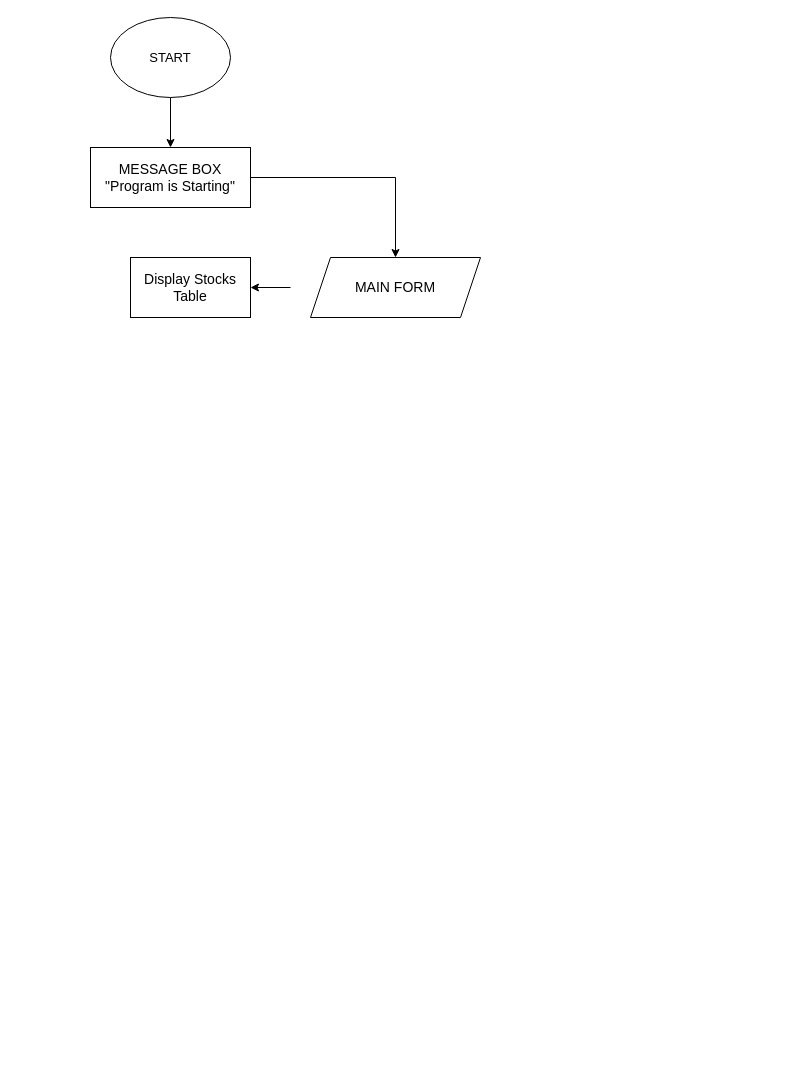
This is Untitled Diagram.drawio from Noreilyn/COMPROGFINAL, a draw.io file, before an edit. Source tidied: cells renumbered, new cells numbered last; positions are measured from the earlier drawing's top-left corner, leaving out a move shared by most shapes. Both pictures are drawn from the tidied source at 100%, with x=0, y=0 at pixel (90, 17).
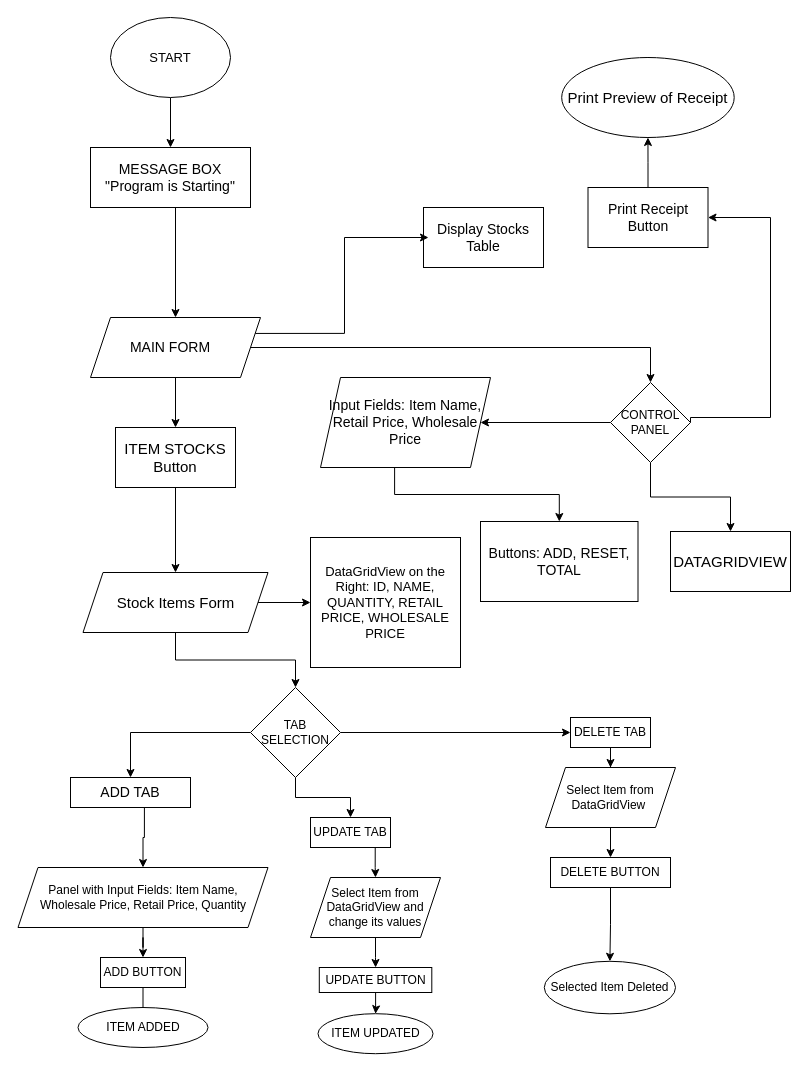
The same diagram, later.

The change refers to these unchanged cells:
```xml
<mxCell id="5" style="whiteSpace=wrap;html=1;" parent="4" vertex="1">
  <mxGeometry width="160" height="60" as="geometry" />
</mxCell>
```

Diff of the diagram source:
```diff
@@
-    <mxCell id="3" style="edgeStyle=orthogonalEdgeStyle;rounded=0;jettySize=auto;html=1;" parent="1" edge="1" source="5" target="11">
-      <mxGeometry relative="1" as="geometry" />
-    </mxCell>
@@
-    <mxCell id="10" style="group;" parent="1" vertex="1">
-      <mxGeometry x="200" y="240" width="210" height="60" as="geometry" />
-    </mxCell>
+    <mxCell id="16" style="edgeStyle=orthogonalEdgeStyle;rounded=0;jettySize=auto;html=1;exitX=0;exitY=0.5;exitDx=0;exitDy=0;entryX=1;entryY=0.5;entryDx=0;entryDy=0;" parent="1" edge="1" source="43" target="38">
+      <mxGeometry relative="1" as="geometry" />
+    </mxCell>
+    <mxCell id="17" style="edgeStyle=orthogonalEdgeStyle;rounded=0;jettySize=auto;html=1;exitX=0.436;exitY=0.994;exitDx=0;exitDy=0;exitPerimeter=0;" parent="1" edge="1" source="38" target="18">
+      <mxGeometry relative="1" as="geometry" />
+    </mxCell>
+    <mxCell id="18" value="&lt;font style=&quot;font-size: 14px;&quot;&gt;Buttons: ADD, RESET, TOTAL&lt;/font&gt;" style="whiteSpace=wrap;html=1;" parent="1" vertex="1">
+      <mxGeometry x="390" y="504" width="157.5" height="80" as="geometry" />
+    </mxCell>
+    <mxCell id="19" style="edgeStyle=orthogonalEdgeStyle;rounded=0;jettySize=auto;html=1;" parent="1" edge="1" source="20" target="21">
+      <mxGeometry relative="1" as="geometry" />
+    </mxCell>
+    <mxCell id="20" value="&lt;font style=&quot;font-size: 14px;&quot;&gt;Print Receipt Button&lt;/font&gt;" style="whiteSpace=wrap;html=1;" parent="1" vertex="1">
+      <mxGeometry x="497.5" y="170" width="120" height="60" as="geometry" />
+    </mxCell>
+    <mxCell id="21" value="&lt;font style=&quot;font-size: 15px;&quot;&gt;Print Preview of Receipt&lt;/font&gt;" style="ellipse;whiteSpace=wrap;html=1;" parent="1" vertex="1">
+      <mxGeometry x="471.2" y="40" width="172.5" height="80" as="geometry" />
+    </mxCell>
+    <mxCell id="22" style="group;" parent="1" vertex="1">
+      <mxGeometry x="333" y="190" width="120" height="60" as="geometry" />
+    </mxCell>
+    <mxCell id="13" style="whiteSpace=wrap;html=1;" parent="22" vertex="1">
+      <mxGeometry width="120" height="60" as="geometry" />
+    </mxCell>
+    <mxCell id="15" value="&lt;font style=&quot;font-size: 14px;&quot;&gt;Display Stocks Table&lt;/font&gt;" style="text;html=1;align=center;verticalAlign=middle;whiteSpace=wrap;rounded=0;" parent="22" vertex="1">
+      <mxGeometry x="5" y="15" width="110" height="30" as="geometry" />
+    </mxCell>
+    <mxCell id="23" value="&lt;font style=&quot;font-size: 15px;&quot;&gt;DATAGRIDVIEW&lt;/font&gt;" style="whiteSpace=wrap;html=1;" parent="1" vertex="1">
+      <mxGeometry x="580" y="514" width="120" height="60" as="geometry" />
+    </mxCell>
+    <mxCell id="3" style="edgeStyle=orthogonalEdgeStyle;rounded=0;jettySize=auto;html=1;entryX=0.5;entryY=0;entryDx=0;entryDy=0;exitX=0.5;exitY=1;exitDx=0;exitDy=0;" parent="1" edge="1" source="5" target="11">
+      <mxGeometry relative="1" as="geometry">
+        <Array as="points">
+          <mxPoint x="85" y="190" />
+        </Array>
+      </mxGeometry>
+    </mxCell>
+    <mxCell id="24" style="edgeStyle=orthogonalEdgeStyle;rounded=0;jettySize=auto;html=1;" parent="1" edge="1" source="25" target="28">
+      <mxGeometry relative="1" as="geometry" />
+    </mxCell>
+    <mxCell id="25" value="&lt;font style=&quot;font-size: 15px;&quot;&gt;ITEM STOCKS Button&lt;/font&gt;" style="whiteSpace=wrap;html=1;" parent="1" vertex="1">
+      <mxGeometry x="25" y="410" width="120" height="60" as="geometry" />
+    </mxCell>
+    <mxCell id="26" style="edgeStyle=orthogonalEdgeStyle;rounded=0;jettySize=auto;html=1;" parent="1" edge="1" source="28" target="29">
+      <mxGeometry relative="1" as="geometry" />
+    </mxCell>
+    <mxCell id="27" style="edgeStyle=orthogonalEdgeStyle;rounded=0;jettySize=auto;html=1;exitX=0.5;exitY=1;exitDx=0;exitDy=0;entryX=0.5;entryY=0;entryDx=0;entryDy=0;" parent="1" edge="1" source="28" target="41">
+      <mxGeometry relative="1" as="geometry" />
+    </mxCell>
+    <mxCell id="28" value="&lt;font style=&quot;font-size: 15px;&quot;&gt;Stock Items Form&lt;/font&gt;" style="shape=parallelogram;perimeter=parallelogramPerimeter;whiteSpace=wrap;html=1;fixedSize=1;" parent="1" vertex="1">
+      <mxGeometry x="-7.5" y="555" width="185" height="60" as="geometry" />
+    </mxCell>
+    <mxCell id="29" value="&lt;font style=&quot;font-size: 13px;&quot;&gt;DataGridView on the Right: ID, NAME, QUANTITY, RETAIL PRICE, WHOLESALE PRICE&lt;/font&gt;" style="whiteSpace=wrap;html=1;" parent="1" vertex="1">
+      <mxGeometry x="220" y="520" width="150" height="130" as="geometry" />
+    </mxCell>
+    <mxCell id="30" style="edgeStyle=orthogonalEdgeStyle;rounded=0;jettySize=auto;html=1;entryX=0.5;entryY=0;entryDx=0;entryDy=0;exitX=0;exitY=0.5;exitDx=0;exitDy=0;" parent="1" edge="1" source="41" target="47">
+      <mxGeometry relative="1" as="geometry">
+        <Array as="points">
+          <mxPoint x="40" y="715" />
+        </Array>
+      </mxGeometry>
+    </mxCell>
+    <mxCell id="31" style="edgeStyle=orthogonalEdgeStyle;rounded=0;jettySize=auto;html=1;entryX=1;entryY=0.5;entryDx=0;entryDy=0;exitX=1;exitY=0.5;exitDx=0;exitDy=0;" parent="1" edge="1" source="43" target="20">
+      <mxGeometry relative="1" as="geometry">
+        <Array as="points">
+          <mxPoint x="600" y="400" />
+          <mxPoint x="680" y="400" />
+          <mxPoint x="680" y="200" />
+        </Array>
+      </mxGeometry>
+    </mxCell>
+    <mxCell id="32" style="edgeStyle=orthogonalEdgeStyle;rounded=0;jettySize=auto;html=1;exitX=0.5;exitY=1;exitDx=0;exitDy=0;entryX=0.5;entryY=0;entryDx=0;entryDy=0;" parent="1" edge="1" source="11" target="25">
+      <mxGeometry relative="1" as="geometry" />
+    </mxCell>
+    <mxCell id="33" style="edgeStyle=orthogonalEdgeStyle;rounded=0;jettySize=auto;html=1;exitX=1;exitY=0.25;exitDx=0;exitDy=0;entryX=0;entryY=0.5;entryDx=0;entryDy=0;" parent="1" edge="1" source="11" target="15">
+      <mxGeometry relative="1" as="geometry" />
+    </mxCell>
-    <mxCell id="11" style="shape=parallelogram;perimeter=parallelogramPerimeter;whiteSpace=wrap;html=1;fixedSize=1;" parent="10" vertex="1">
-      <mxGeometry x="20" width="170" height="60" as="geometry" />
+    <mxCell id="11" style="shape=parallelogram;perimeter=parallelogramPerimeter;whiteSpace=wrap;html=1;fixedSize=1;" parent="1" vertex="1">
+      <mxGeometry y="300" width="170" height="60" as="geometry" />
     </mxCell>
-    <mxCell id="12" value="&lt;font style=&quot;font-size: 14px;&quot;&gt;MAIN FORM&lt;/font&gt;" style="text;html=1;align=center;verticalAlign=middle;whiteSpace=wrap;rounded=0;" parent="10" vertex="1">
-      <mxGeometry y="15" width="210" height="30" as="geometry" />
+    <mxCell id="12" value="&lt;font style=&quot;font-size: 14px;&quot;&gt;MAIN FORM&lt;/font&gt;" style="text;html=1;align=center;verticalAlign=middle;whiteSpace=wrap;rounded=0;" parent="1" vertex="1">
+      <mxGeometry x="25" y="315" width="110" height="30" as="geometry" />
     </mxCell>
-    <mxCell id="13" style="whiteSpace=wrap;html=1;" parent="1" vertex="1">
-      <mxGeometry x="40" y="240" width="120" height="60" as="geometry" />
-    </mxCell>
-    <mxCell id="14" style="edgeStyle=orthogonalEdgeStyle;rounded=0;jettySize=auto;html=1;" parent="1" edge="1" source="12" target="13">
-      <mxGeometry relative="1" as="geometry" />
-    </mxCell>
-    <mxCell id="15" value="&lt;font style=&quot;font-size: 14px;&quot;&gt;Display Stocks Table&lt;/font&gt;" style="text;html=1;align=center;verticalAlign=middle;whiteSpace=wrap;rounded=0;" parent="1" vertex="1">
-      <mxGeometry x="45" y="255" width="110" height="30" as="geometry" />
-    </mxCell>
+    <mxCell id="34" style="edgeStyle=orthogonalEdgeStyle;rounded=0;orthogonalLoop=1;jettySize=auto;html=1;exitX=0.5;exitY=1;exitDx=0;exitDy=0;" parent="1" edge="1" source="12" target="12">
+      <mxGeometry relative="1" as="geometry" />
+    </mxCell>
+    <mxCell id="35" style="edgeStyle=orthogonalEdgeStyle;rounded=0;jettySize=auto;html=1;exitX=1;exitY=0.5;exitDx=0;exitDy=0;entryX=0.5;entryY=0;entryDx=0;entryDy=0;" parent="1" edge="1" source="11" target="43">
+      <mxGeometry relative="1" as="geometry" />
+    </mxCell>
+    <mxCell id="36" style="edgeStyle=orthogonalEdgeStyle;rounded=0;jettySize=auto;html=1;" parent="1" edge="1" source="37" target="45">
+      <mxGeometry relative="1" as="geometry" />
+    </mxCell>
+    <mxCell id="37" value="Panel with Input Fields: Item Name, Wholesale Price, Retail Price, Quantity" style="shape=parallelogram;perimeter=parallelogramPerimeter;whiteSpace=wrap;html=1;fixedSize=1;" parent="1" vertex="1">
+      <mxGeometry x="-72.5" y="850" width="250" height="60" as="geometry" />
+    </mxCell>
+    <mxCell id="38" value="&lt;span style=&quot;font-size: 14px;&quot;&gt;Input Fields: Item Name, Retail Price, Wholesale Price&lt;/span&gt;" style="shape=parallelogram;perimeter=parallelogramPerimeter;whiteSpace=wrap;html=1;fixedSize=1;" parent="1" vertex="1">
+      <mxGeometry x="230" y="360" width="170" height="90" as="geometry" />
+    </mxCell>
+    <mxCell id="39" style="edgeStyle=orthogonalEdgeStyle;rounded=0;jettySize=auto;html=1;" parent="1" edge="1" source="41" target="49">
+      <mxGeometry relative="1" as="geometry" />
+    </mxCell>
+    <mxCell id="40" style="edgeStyle=orthogonalEdgeStyle;rounded=0;jettySize=auto;html=1;exitX=1;exitY=0.5;exitDx=0;exitDy=0;entryX=0;entryY=0.5;entryDx=0;entryDy=0;" parent="1" edge="1" source="41" target="55">
+      <mxGeometry relative="1" as="geometry" />
+    </mxCell>
+    <mxCell id="41" value="TAB SELECTION" style="rhombus;whiteSpace=wrap;html=1;" parent="1" vertex="1">
+      <mxGeometry x="160" y="670" width="90" height="90" as="geometry" />
+    </mxCell>
+    <mxCell id="42" style="edgeStyle=orthogonalEdgeStyle;rounded=0;jettySize=auto;html=1;exitX=0.5;exitY=1;exitDx=0;exitDy=0;entryX=0.5;entryY=0;entryDx=0;entryDy=0;" parent="1" edge="1" source="43" target="23">
+      <mxGeometry relative="1" as="geometry" />
+    </mxCell>
+    <mxCell id="43" value="CONTROL&lt;br&gt;PANEL" style="rhombus;whiteSpace=wrap;html=1;" parent="1" vertex="1">
+      <mxGeometry x="520" y="365" width="80" height="80" as="geometry" />
+    </mxCell>
+    <mxCell id="44" style="edgeStyle=orthogonalEdgeStyle;rounded=0;jettySize=auto;html=1;exitX=0.5;exitY=1;exitDx=0;exitDy=0;entryX=0.5;entryY=0;entryDx=0;entryDy=0;" parent="1" edge="1" source="45">
+      <mxGeometry relative="1" as="geometry">
+        <mxPoint x="52.5" y="1010" as="targetPoint" />
+      </mxGeometry>
+    </mxCell>
+    <mxCell id="45" value="ADD BUTTON" style="rounded=0;whiteSpace=wrap;html=1;" parent="1" vertex="1">
+      <mxGeometry x="10" y="940" width="85" height="30" as="geometry" />
+    </mxCell>
+    <mxCell id="46" style="edgeStyle=orthogonalEdgeStyle;rounded=0;jettySize=auto;html=1;entryX=0.5;entryY=0;entryDx=0;entryDy=0;exitX=0.616;exitY=0.946;exitDx=0;exitDy=0;exitPerimeter=0;" parent="1" edge="1" source="47" target="37">
+      <mxGeometry relative="1" as="geometry" />
+    </mxCell>
+    <mxCell id="47" value="&lt;font style=&quot;font-size: 14px;&quot;&gt;ADD TAB&lt;/font&gt;" style="rounded=0;whiteSpace=wrap;html=1;" parent="1" vertex="1">
+      <mxGeometry x="-20" y="760" width="120" height="30" as="geometry" />
+    </mxCell>
+    <mxCell id="48" style="edgeStyle=orthogonalEdgeStyle;rounded=0;jettySize=auto;html=1;exitX=0.809;exitY=0.974;exitDx=0;exitDy=0;exitPerimeter=0;" parent="1" edge="1" source="49" target="51">
+      <mxGeometry relative="1" as="geometry" />
+    </mxCell>
+    <mxCell id="49" value="UPDATE TAB" style="whiteSpace=wrap;html=1;" parent="1" vertex="1">
+      <mxGeometry x="220" y="800" width="80" height="30" as="geometry" />
+    </mxCell>
+    <mxCell id="50" style="edgeStyle=orthogonalEdgeStyle;rounded=0;jettySize=auto;html=1;" parent="1" edge="1" source="51" target="53">
+      <mxGeometry relative="1" as="geometry" />
+    </mxCell>
+    <mxCell id="51" value="Select Item from DataGridView and change its values" style="shape=parallelogram;perimeter=parallelogramPerimeter;whiteSpace=wrap;html=1;fixedSize=1;" parent="1" vertex="1">
+      <mxGeometry x="220" y="860" width="130" height="60" as="geometry" />
+    </mxCell>
+    <mxCell id="52" style="edgeStyle=orthogonalEdgeStyle;rounded=0;jettySize=auto;html=1;" parent="1" edge="1" source="53" target="62">
+      <mxGeometry relative="1" as="geometry" />
+    </mxCell>
+    <mxCell id="53" value="UPDATE BUTTON" style="whiteSpace=wrap;html=1;" parent="1" vertex="1">
+      <mxGeometry x="228.8" y="950" width="112.5" height="25" as="geometry" />
+    </mxCell>
+    <mxCell id="54" style="edgeStyle=orthogonalEdgeStyle;rounded=0;jettySize=auto;html=1;" parent="1" edge="1" source="55" target="57">
+      <mxGeometry relative="1" as="geometry" />
+    </mxCell>
+    <mxCell id="55" value="DELETE TAB" style="whiteSpace=wrap;html=1;" parent="1" vertex="1">
+      <mxGeometry x="480" y="700" width="80" height="30" as="geometry" />
+    </mxCell>
+    <mxCell id="56" style="edgeStyle=orthogonalEdgeStyle;rounded=0;jettySize=auto;html=1;" parent="1" edge="1" source="57" target="59">
+      <mxGeometry relative="1" as="geometry" />
+    </mxCell>
+    <mxCell id="57" value="Select Item from DataGridView&amp;nbsp;" style="shape=parallelogram;perimeter=parallelogramPerimeter;whiteSpace=wrap;html=1;fixedSize=1;" parent="1" vertex="1">
+      <mxGeometry x="455" y="750" width="130" height="60" as="geometry" />
+    </mxCell>
+    <mxCell id="58" style="edgeStyle=orthogonalEdgeStyle;rounded=0;jettySize=auto;html=1;" parent="1" edge="1" source="59" target="60">
+      <mxGeometry relative="1" as="geometry" />
+    </mxCell>
+    <mxCell id="59" value="DELETE BUTTON" style="whiteSpace=wrap;html=1;" parent="1" vertex="1">
+      <mxGeometry x="460" y="840" width="120" height="30" as="geometry" />
+    </mxCell>
+    <mxCell id="60" value="Selected Item Deleted" style="ellipse;whiteSpace=wrap;html=1;" parent="1" vertex="1">
+      <mxGeometry x="453.8" y="943.8" width="131.2" height="52.5" as="geometry" />
+    </mxCell>
+    <mxCell id="61" value="ITEM ADDED" style="ellipse;whiteSpace=wrap;html=1;" parent="1" vertex="1">
+      <mxGeometry x="-12.5" y="990" width="130" height="40" as="geometry" />
+    </mxCell>
+    <mxCell id="62" value="ITEM UPDATED" style="ellipse;whiteSpace=wrap;html=1;" parent="1" vertex="1">
+      <mxGeometry x="227.5" y="996.2" width="115" height="40" as="geometry" />
+    </mxCell>
```
